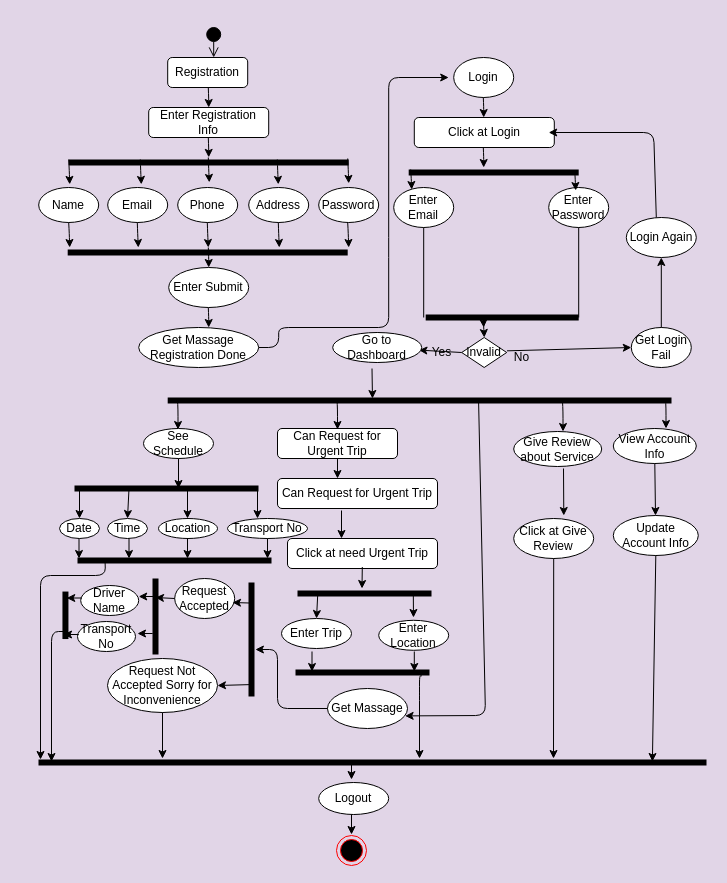
Earlier version of the draw.io diagram database/Activity Diagram for Employee.drawio (SHIMAISRAFIL/Transport-Schedule). Source tidied: cells renumbered, new cells numbered last; positions are measured from the earlier drawing's top-left corner, leaving out a move shared by most shapes. Both pictures are drawn from the tidied source at 100%, with x=0, y=0 at pixel (38, 26).
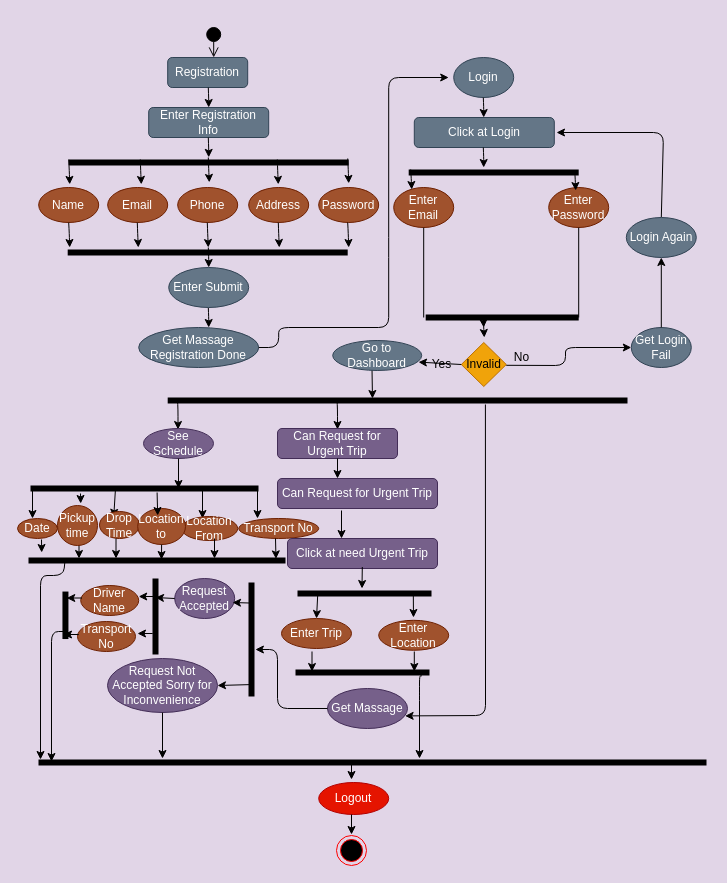
Above is the later version.

Unchanged cells that the change refers to:
```xml
<mxCell id="68" value="No" style="text;html=1;align=center;verticalAlign=middle;points=[];strokeColor=none;" parent="1" vertex="1">
  <mxGeometry x="468.2" y="321" width="30" height="20" as="geometry" />
</mxCell>
<mxCell id="103" style="shape=line;html=1;strokeWidth=6;" parent="1" vertex="1">
  <mxGeometry y="731" width="668" height="10" as="geometry" />
</mxCell>
```

Diff of the diagram source:
```diff
@@
-    <mxCell id="3" style="endArrow=classic;html=1;" parent="1" edge="1">
-      <mxGeometry x="58.5" y="39" as="geometry">
-        <mxPoint x="627" y="372" as="sourcePoint" />
-        <mxPoint x="627.5" y="402" as="targetPoint" />
-        <Array as="points">
-          <mxPoint x="627.5" y="382" />
-        </Array>
-      </mxGeometry>
-    </mxCell>
@@
-    <mxCell id="6" style="endArrow=classic;html=1;" parent="1" edge="1">
-      <mxGeometry x="100" y="43" as="geometry">
-        <mxPoint x="524" y="375" as="sourcePoint" />
-        <mxPoint x="524.5" y="405" as="targetPoint" />
-        <Array as="points">
-          <mxPoint x="524.5" y="385" />
-        </Array>
-      </mxGeometry>
-    </mxCell>
-    <mxCell id="7" value="See Schedule" style="ellipse;whiteSpace=wrap;html=1;" parent="1" vertex="1">
+    <mxCell id="7" value="See Schedule" style="ellipse;whiteSpace=wrap;html=1;fillColor=#76608a;strokeColor=#432D57;fontColor=#ffffff;" parent="1" vertex="1">
       <mxGeometry x="105" y="402" width="70" height="30" as="geometry" />
     </mxCell>
-    <mxCell id="8" value="Can Request for Urgent Trip" style="rounded=1;whiteSpace=wrap;html=1;" parent="1" vertex="1">
+    <mxCell id="8" value="Can Request for Urgent Trip" style="rounded=1;whiteSpace=wrap;html=1;fillColor=#76608a;strokeColor=#432D57;fontColor=#ffffff;" parent="1" vertex="1">
       <mxGeometry x="239" y="402" width="120" height="30" as="geometry" />
     </mxCell>
-    <mxCell id="9" value="Give Review about Service" style="ellipse;whiteSpace=wrap;html=1;" parent="1" vertex="1">
-      <mxGeometry x="475.2" y="405" width="88" height="35" as="geometry" />
-    </mxCell>
-    <mxCell id="10" value="View Account Info" style="ellipse;whiteSpace=wrap;html=1;" parent="1" vertex="1">
-      <mxGeometry x="574.8" y="402" width="83" height="35" as="geometry" />
-    </mxCell>
@@
-    <mxCell id="12" value="Date" style="ellipse;whiteSpace=wrap;html=1;" parent="1" vertex="1">
-      <mxGeometry x="21" y="492" width="40" height="20" as="geometry" />
+    <mxCell id="12" value="Date" style="ellipse;whiteSpace=wrap;html=1;fillColor=#a0522d;strokeColor=#6D1F00;fontColor=#ffffff;" parent="1" vertex="1">
+      <mxGeometry x="-21" y="492" width="40" height="20" as="geometry" />
     </mxCell>
     <mxCell id="13" style="endArrow=classic;html=1;" parent="1" edge="1">
-      <mxGeometry x="10" y="40" as="geometry">
-        <mxPoint x="41" y="462" as="sourcePoint" />
-        <mxPoint x="41" y="492" as="targetPoint" />
+      <mxGeometry x="-37" y="40" as="geometry">
+        <mxPoint x="-6" y="462" as="sourcePoint" />
+        <mxPoint x="-6" y="492" as="targetPoint" />
       </mxGeometry>
     </mxCell>
@@
-    <mxCell id="15" value="Transport No" style="ellipse;whiteSpace=wrap;html=1;" parent="1" vertex="1">
-      <mxGeometry x="189" y="492" width="80" height="20" as="geometry" />
+    <mxCell id="15" value="Transport No" style="ellipse;whiteSpace=wrap;html=1;fillColor=#a0522d;strokeColor=#6D1F00;fontColor=#ffffff;" parent="1" vertex="1">
+      <mxGeometry x="200.2" y="492" width="80" height="20" as="geometry" />
     </mxCell>
     <mxCell id="16" style="endArrow=classic;html=1;" parent="1" edge="1">
-      <mxGeometry x="10" y="40" as="geometry">
-        <mxPoint x="149" y="462" as="sourcePoint" />
-        <mxPoint x="149" y="492" as="targetPoint" />
+      <mxGeometry x="25" y="40" as="geometry">
+        <mxPoint x="164" y="462" as="sourcePoint" />
+        <mxPoint x="164" y="492" as="targetPoint" />
       </mxGeometry>
     </mxCell>
-    <mxCell id="17" style="endArrow=classic;html=1;entryX=0.5;entryY=0;entryDx=0;entryDy=0;" parent="1" edge="1" target="18">
+    <mxCell id="17" style="endArrow=classic;html=1;entryX=0.33;entryY=-0.06;entryDx=0;entryDy=0;exitX=0.368;exitY=0.66;exitDx=0;exitDy=0;exitPerimeter=0;entryPerimeter=0;" parent="1" edge="1">
       <mxGeometry x="10" y="40" as="geometry">
-        <mxPoint x="90.5" y="462" as="sourcePoint" />
+        <mxPoint x="76.9" y="463.6" as="sourcePoint" />
+        <mxPoint x="75.2" y="490.8" as="targetPoint" />
       </mxGeometry>
     </mxCell>
-    <mxCell id="18" value="Time" style="ellipse;whiteSpace=wrap;html=1;" parent="1" vertex="1">
-      <mxGeometry x="69" y="492" width="40" height="20" as="geometry" />
+    <mxCell id="18" value="Drop&lt;br&gt;Time" style="ellipse;whiteSpace=wrap;html=1;fillColor=#a0522d;strokeColor=#6D1F00;fontColor=#ffffff;" parent="1" vertex="1">
+      <mxGeometry x="61" y="485" width="40" height="27" as="geometry" />
     </mxCell>
-    <mxCell id="19" value="Location" style="ellipse;whiteSpace=wrap;html=1;" parent="1" vertex="1">
-      <mxGeometry x="120" y="492" width="59" height="20" as="geometry" />
+    <mxCell id="19" value="Location&lt;br&gt;From" style="ellipse;whiteSpace=wrap;html=1;fillColor=#a0522d;strokeColor=#6D1F00;fontColor=#ffffff;" parent="1" vertex="1">
+      <mxGeometry x="143" y="490" width="56.2" height="24" as="geometry" />
     </mxCell>
-    <mxCell id="20" style="endArrow=classic;html=1;exitX=0.5;exitY=1;exitDx=0;exitDy=0;" parent="1" edge="1" source="15">
+    <mxCell id="20" style="endArrow=classic;html=1;entryX=0.963;entryY=0.34;entryDx=0;entryDy=0;entryPerimeter=0;" parent="1" edge="1" target="102">
       <mxGeometry x="10" y="40" as="geometry">
-        <mxPoint x="229" y="532" as="targetPoint" />
+        <mxPoint x="237" y="512" as="sourcePoint" />
       </mxGeometry>
     </mxCell>
     <mxCell id="21" style="endArrow=classic;html=1;exitX=0.5;exitY=1;exitDx=0;exitDy=0;" parent="1" edge="1">
-      <mxGeometry x="10" y="40" as="geometry">
-        <mxPoint x="149" y="512" as="sourcePoint" />
-        <mxPoint x="149" y="532" as="targetPoint" />
+      <mxGeometry x="37" y="40" as="geometry">
+        <mxPoint x="176" y="512" as="sourcePoint" />
+        <mxPoint x="176" y="532" as="targetPoint" />
       </mxGeometry>
     </mxCell>
     <mxCell id="22" style="endArrow=classic;html=1;exitX=0.5;exitY=1;exitDx=0;exitDy=0;" parent="1" edge="1">
-      <mxGeometry x="10" y="40" as="geometry">
-        <mxPoint x="90.5" y="512" as="sourcePoint" />
-        <mxPoint x="90.5" y="532" as="targetPoint" />
+      <mxGeometry x="-3" y="40" as="geometry">
+        <mxPoint x="77.5" y="512" as="sourcePoint" />
+        <mxPoint x="77.5" y="532" as="targetPoint" />
       </mxGeometry>
     </mxCell>
@@
-    <mxCell id="24" value="Driver Name" style="ellipse;whiteSpace=wrap;html=1;" parent="1" vertex="1">
+    <mxCell id="24" value="Driver Name" style="ellipse;whiteSpace=wrap;html=1;fillColor=#a0522d;strokeColor=#6D1F00;fontColor=#ffffff;" parent="1" vertex="1">
       <mxGeometry x="42.2" y="559" width="58" height="30" as="geometry" />
     </mxCell>
-    <mxCell id="25" value="Transport No" style="ellipse;whiteSpace=wrap;html=1;" parent="1" vertex="1">
+    <mxCell id="25" value="Transport No" style="ellipse;whiteSpace=wrap;html=1;fillColor=#a0522d;strokeColor=#6D1F00;fontColor=#ffffff;" parent="1" vertex="1">
       <mxGeometry x="39" y="595" width="58" height="30" as="geometry" />
     </mxCell>
-    <mxCell id="26" value="Request Accepted" style="ellipse;whiteSpace=wrap;html=1;" parent="1" vertex="1">
+    <mxCell id="26" value="Request Accepted" style="ellipse;whiteSpace=wrap;html=1;fillColor=#76608a;strokeColor=#432D57;fontColor=#ffffff;" parent="1" vertex="1">
       <mxGeometry x="136.2" y="552" width="60" height="40" as="geometry" />
     </mxCell>
-    <mxCell id="27" value="Request Not Accepted Sorry for Inconvenience" style="ellipse;whiteSpace=wrap;html=1;" parent="1" vertex="1">
+    <mxCell id="27" value="Request Not Accepted Sorry for Inconvenience" style="ellipse;whiteSpace=wrap;html=1;fillColor=#76608a;strokeColor=#432D57;fontColor=#ffffff;" parent="1" vertex="1">
       <mxGeometry x="69" y="632" width="110" height="54" as="geometry" />
     </mxCell>
-    <mxCell id="28" value="Get Massage" style="ellipse;whiteSpace=wrap;html=1;" parent="1" vertex="1">
+    <mxCell id="28" value="Get Massage" style="ellipse;whiteSpace=wrap;html=1;fillColor=#76608a;strokeColor=#432D57;fontColor=#ffffff;" parent="1" vertex="1">
       <mxGeometry x="289" y="662" width="80" height="40" as="geometry" />
     </mxCell>
@@
-    <mxCell id="30" value="Can Request for Urgent Trip" style="rounded=1;whiteSpace=wrap;html=1;" parent="1" vertex="1">
+    <mxCell id="30" value="Can Request for Urgent Trip" style="rounded=1;whiteSpace=wrap;html=1;fillColor=#76608a;strokeColor=#432D57;fontColor=#ffffff;" parent="1" vertex="1">
       <mxGeometry x="239" y="452" width="160" height="30" as="geometry" />
     </mxCell>
@@
-    <mxCell id="32" value="Click at need Urgent Trip" style="rounded=1;whiteSpace=wrap;html=1;" parent="1" vertex="1">
+    <mxCell id="32" value="Click at need Urgent Trip" style="rounded=1;whiteSpace=wrap;html=1;fillColor=#76608a;strokeColor=#432D57;fontColor=#ffffff;" parent="1" vertex="1">
       <mxGeometry x="249" y="512" width="150" height="30" as="geometry" />
     </mxCell>
@@
-    <mxCell id="35" value="Enter Trip" style="ellipse;whiteSpace=wrap;html=1;" parent="1" vertex="1">
+    <mxCell id="35" value="Enter Trip" style="ellipse;whiteSpace=wrap;html=1;fillColor=#a0522d;strokeColor=#6D1F00;fontColor=#ffffff;" parent="1" vertex="1">
       <mxGeometry x="243" y="592" width="70" height="30" as="geometry" />
     </mxCell>
-    <mxCell id="36" value="Enter Location" style="ellipse;whiteSpace=wrap;html=1;" parent="1" vertex="1">
+    <mxCell id="36" value="Enter Location" style="ellipse;whiteSpace=wrap;html=1;fillColor=#a0522d;strokeColor=#6D1F00;fontColor=#ffffff;" parent="1" vertex="1">
       <mxGeometry x="340.2" y="593.8" width="70" height="30" as="geometry" />
     </mxCell>
@@
-    <mxCell id="40" style="endArrow=classic;html=1;" parent="1" edge="1">
-      <mxGeometry x="96" y="46" as="geometry">
-        <mxPoint x="525" y="442" as="sourcePoint" />
-        <mxPoint x="525.3" y="489" as="targetPoint" />
-      </mxGeometry>
-    </mxCell>
-    <mxCell id="41" value="Click at Give Review" style="ellipse;whiteSpace=wrap;html=1;" parent="1" vertex="1">
-      <mxGeometry x="475.2" y="492" width="80" height="40" as="geometry" />
-    </mxCell>
-    <mxCell id="42" style="endArrow=classic;html=1;exitX=0.5;exitY=1;exitDx=0;exitDy=0;" parent="1" edge="1" source="10" target="43">
-      <mxGeometry x="10" y="40" as="geometry" />
-    </mxCell>
-    <mxCell id="43" value="Update Account Info" style="ellipse;whiteSpace=wrap;html=1;" parent="1" vertex="1">
-      <mxGeometry x="574.8" y="489" width="85" height="40" as="geometry" />
-    </mxCell>
@@
-    <mxCell id="45" value="Logout" style="ellipse;whiteSpace=wrap;html=1;" parent="1" vertex="1">
+    <mxCell id="45" value="Logout" style="ellipse;whiteSpace=wrap;html=1;fillColor=#e51400;strokeColor=#B20000;fontColor=#ffffff;" parent="1" vertex="1">
       <mxGeometry x="280.2" y="756" width="70" height="32" as="geometry" />
     </mxCell>
@@
-    <mxCell id="48" style="endArrow=classic;html=1;exitX=0.5;exitY=1;exitDx=0;exitDy=0;" parent="1" edge="1" source="41">
-      <mxGeometry x="10" y="40" as="geometry">
-        <mxPoint x="515" y="732" as="targetPoint" />
-      </mxGeometry>
-    </mxCell>
@@
-    <mxCell id="50" value="Get Massage Registration Done" style="ellipse;whiteSpace=wrap;html=1;" parent="1" vertex="1">
+    <mxCell id="50" value="Get Massage Registration Done" style="ellipse;whiteSpace=wrap;html=1;fillColor=#647687;strokeColor=#314354;fontColor=#ffffff;" parent="1" vertex="1">
       <mxGeometry x="100.2" y="301" width="120" height="40" as="geometry" />
     </mxCell>
@@
-    <mxCell id="52" value="Enter Submit" style="ellipse;whiteSpace=wrap;html=1;" parent="1" vertex="1">
+    <mxCell id="52" value="Enter Submit" style="ellipse;whiteSpace=wrap;html=1;fillColor=#647687;strokeColor=#314354;fontColor=#ffffff;" parent="1" vertex="1">
       <mxGeometry x="130.2" y="241" width="80" height="40" as="geometry" />
     </mxCell>
@@
-    <mxCell id="54" value="Login" style="ellipse;whiteSpace=wrap;html=1;" parent="1" vertex="1">
+    <mxCell id="54" value="Login" style="ellipse;whiteSpace=wrap;html=1;fillColor=#647687;strokeColor=#314354;fontColor=#ffffff;" parent="1" vertex="1">
       <mxGeometry x="415.2" y="31" width="60" height="40" as="geometry" />
     </mxCell>
@@
-    <mxCell id="56" value="Click at Login" style="rounded=1;whiteSpace=wrap;html=1;" parent="1" vertex="1">
+    <mxCell id="56" value="Click at Login" style="rounded=1;whiteSpace=wrap;html=1;fillColor=#647687;strokeColor=#314354;fontColor=#ffffff;" parent="1" vertex="1">
       <mxGeometry x="375.8" y="91" width="140" height="30" as="geometry" />
     </mxCell>
@@
-    <mxCell id="58" value="Enter Email" style="ellipse;whiteSpace=wrap;html=1;" parent="1" vertex="1">
+    <mxCell id="58" value="Enter Email" style="ellipse;whiteSpace=wrap;html=1;fillColor=#a0522d;strokeColor=#6D1F00;fontColor=#ffffff;" parent="1" vertex="1">
       <mxGeometry x="355.2" y="161" width="60" height="40" as="geometry" />
     </mxCell>
-    <mxCell id="59" value="Enter Password" style="ellipse;whiteSpace=wrap;html=1;" parent="1" vertex="1">
+    <mxCell id="59" value="Enter Password" style="ellipse;whiteSpace=wrap;html=1;fillColor=#a0522d;strokeColor=#6D1F00;fontColor=#ffffff;" parent="1" vertex="1">
       <mxGeometry x="510.2" y="161" width="60" height="40" as="geometry" />
     </mxCell>
@@
-    <mxCell id="64" value="Invalid" style="rhombus;whiteSpace=wrap;html=1;" parent="1" vertex="1">
-      <mxGeometry x="423.2" y="311" width="45" height="30" as="geometry" />
+    <mxCell id="64" value="Invalid" style="rhombus;whiteSpace=wrap;html=1;fillColor=#f0a30a;strokeColor=#BD7000;fontColor=#000000;" parent="1" vertex="1">
+      <mxGeometry x="422.8" y="316" width="45" height="44" as="geometry" />
     </mxCell>
@@
-    <mxCell id="66" value="Go to Dashboard" style="ellipse;whiteSpace=wrap;html=1;" parent="1" vertex="1">
-      <mxGeometry x="294.2" y="306" width="89" height="30" as="geometry" />
+    <mxCell id="66" value="Go to Dashboard" style="ellipse;whiteSpace=wrap;html=1;fillColor=#647687;strokeColor=#314354;fontColor=#ffffff;" parent="1" vertex="1">
+      <mxGeometry x="294.2" y="314" width="89" height="30" as="geometry" />
     </mxCell>
     <mxCell id="67" value="Yes" style="text;html=1;align=center;verticalAlign=middle;points=[];strokeColor=none;" parent="1" vertex="1">
-      <mxGeometry x="383.2" y="316" width="40" height="20" as="geometry" />
+      <mxGeometry x="382.8" y="328" width="40" height="20" as="geometry" />
     </mxCell>
@@
-    <mxCell id="69" value="Get Login Fail" style="ellipse;whiteSpace=wrap;html=1;" parent="1" vertex="1">
+    <mxCell id="69" value="Get Login Fail" style="ellipse;whiteSpace=wrap;html=1;fillColor=#647687;strokeColor=#314354;fontColor=#ffffff;" parent="1" vertex="1">
       <mxGeometry x="592.8" y="301" width="60" height="40" as="geometry" />
     </mxCell>
-    <mxCell id="70" style="endArrow=classic;html=1;entryX=0;entryY=0.5;entryDx=0;entryDy=0;exitX=0.011;exitY=0.167;exitDx=0;exitDy=0;exitPerimeter=0;" parent="1" edge="1" source="68" target="69">
-      <mxGeometry x="21.2" y="51" as="geometry" />
+    <mxCell id="70" style="endArrow=classic;html=1;entryX=0;entryY=0.5;entryDx=0;entryDy=0;exitX=-0.015;exitY=0.89;exitDx=0;exitDy=0;exitPerimeter=0;" parent="1" edge="1" source="68" target="69">
+      <mxGeometry x="21.2" y="51" as="geometry">
+        <Array as="points">
+          <mxPoint x="527" y="339" />
+          <mxPoint x="527" y="321" />
+        </Array>
+      </mxGeometry>
     </mxCell>
-    <mxCell id="71" style="endArrow=classic;html=1;exitX=0.5;exitY=0;exitDx=0;exitDy=0;" parent="1" edge="1">
+    <mxCell id="71" style="endArrow=classic;html=1;exitX=0.5;exitY=0;exitDx=0;exitDy=0;" parent="1" edge="1" source="72">
       <mxGeometry x="16.2" y="59" as="geometry">
-        <mxPoint x="617.8" y="191" as="sourcePoint" />
-        <mxPoint x="510.2" y="106" as="targetPoint" />
+        <mxPoint x="518" y="106" as="targetPoint" />
         <Array as="points">
-          <mxPoint x="615.2" y="106" />
+          <mxPoint x="625" y="106" />
         </Array>
       </mxGeometry>
     </mxCell>
-    <mxCell id="72" value="Login Again" style="ellipse;whiteSpace=wrap;html=1;" parent="1" vertex="1">
+    <mxCell id="72" value="Login Again" style="ellipse;whiteSpace=wrap;html=1;fillColor=#647687;strokeColor=#314354;fontColor=#ffffff;" parent="1" vertex="1">
       <mxGeometry x="587.8" y="191" width="70" height="40" as="geometry" />
     </mxCell>
@@
-    <mxCell id="74" value="Registration" style="rounded=1;whiteSpace=wrap;html=1;" parent="1" vertex="1">
+    <mxCell id="74" value="Registration" style="rounded=1;whiteSpace=wrap;html=1;fillColor=#647687;strokeColor=#314354;fontColor=#ffffff;" parent="1" vertex="1">
       <mxGeometry x="129.2" y="31" width="80" height="30" as="geometry" />
     </mxCell>
-    <mxCell id="75" value="Enter Registration Info" style="rounded=1;whiteSpace=wrap;html=1;" parent="1" vertex="1">
+    <mxCell id="75" value="Enter Registration Info" style="rounded=1;whiteSpace=wrap;html=1;fillColor=#647687;strokeColor=#314354;fontColor=#ffffff;" parent="1" vertex="1">
       <mxGeometry x="110.2" y="81" width="120" height="30" as="geometry" />
     </mxCell>
@@
-    <mxCell id="78" value="Name" style="ellipse;whiteSpace=wrap;html=1;" parent="1" vertex="1">
+    <mxCell id="78" value="Name" style="ellipse;whiteSpace=wrap;html=1;fillColor=#a0522d;strokeColor=#6D1F00;fontColor=#ffffff;" parent="1" vertex="1">
       <mxGeometry x="0.2" y="161" width="60" height="35" as="geometry" />
     </mxCell>
-    <mxCell id="79" value="Email" style="ellipse;whiteSpace=wrap;html=1;" parent="1" vertex="1">
+    <mxCell id="79" value="Email" style="ellipse;whiteSpace=wrap;html=1;fillColor=#a0522d;strokeColor=#6D1F00;fontColor=#ffffff;" parent="1" vertex="1">
       <mxGeometry x="69.2" y="161" width="60" height="35" as="geometry" />
     </mxCell>
-    <mxCell id="80" value="Phone" style="ellipse;whiteSpace=wrap;html=1;" parent="1" vertex="1">
+    <mxCell id="80" value="Phone" style="ellipse;whiteSpace=wrap;html=1;fillColor=#a0522d;strokeColor=#6D1F00;fontColor=#ffffff;" parent="1" vertex="1">
       <mxGeometry x="139.2" y="161" width="60" height="35" as="geometry" />
     </mxCell>
-    <mxCell id="81" value="Address" style="ellipse;whiteSpace=wrap;html=1;" parent="1" vertex="1">
+    <mxCell id="81" value="Address" style="ellipse;whiteSpace=wrap;html=1;fillColor=#a0522d;strokeColor=#6D1F00;fontColor=#ffffff;" parent="1" vertex="1">
       <mxGeometry x="210.2" y="161" width="60" height="35" as="geometry" />
     </mxCell>
-    <mxCell id="82" value="Password" style="ellipse;whiteSpace=wrap;html=1;" parent="1" vertex="1">
+    <mxCell id="82" value="Password" style="ellipse;whiteSpace=wrap;html=1;fillColor=#a0522d;strokeColor=#6D1F00;fontColor=#ffffff;" parent="1" vertex="1">
       <mxGeometry x="280.2" y="161" width="60" height="35" as="geometry" />
     </mxCell>
@@
     <mxCell id="100" style="shape=line;html=1;strokeWidth=6;" parent="1" vertex="1">
-      <mxGeometry x="129.2" y="369" width="503.8" height="10" as="geometry" />
+      <mxGeometry x="129.2" y="369" width="459.8" height="10" as="geometry" />
     </mxCell>
     <mxCell id="101" style="shape=line;html=1;strokeWidth=6;" parent="1" vertex="1">
-      <mxGeometry x="36" y="457" width="184" height="10" as="geometry" />
+      <mxGeometry x="-8" y="457" width="228" height="10" as="geometry" />
     </mxCell>
     <mxCell id="102" style="shape=line;html=1;strokeWidth=6;" parent="1" vertex="1">
-      <mxGeometry x="39" y="529" width="194" height="10" as="geometry" />
+      <mxGeometry x="-10" y="529" width="257" height="10" as="geometry" />
     </mxCell>
@@
-    <mxCell id="104" style="endArrow=classic;html=1;exitX=0.5;exitY=1;exitDx=0;exitDy=0;entryX=0.919;entryY=0.4;entryDx=0;entryDy=0;entryPerimeter=0;" parent="1" edge="1" source="43" target="103">
-      <mxGeometry relative="1" as="geometry" />
-    </mxCell>
@@
-    <mxCell id="111" style="endArrow=classic;html=1;exitX=0.617;exitY=0.36;exitDx=0;exitDy=0;exitPerimeter=0;entryX=0.97;entryY=0.685;entryDx=0;entryDy=0;entryPerimeter=0;" parent="1" edge="1" source="100" target="28">
+    <mxCell id="111" style="endArrow=classic;html=1;exitX=0.691;exitY=0.9;exitDx=0;exitDy=0;exitPerimeter=0;entryX=0.97;entryY=0.685;entryDx=0;entryDy=0;entryPerimeter=0;" parent="1" edge="1" source="100" target="28">
       <mxGeometry relative="1" as="geometry">
         <Array as="points">
           <mxPoint x="447" y="689" />
         </Array>
       </mxGeometry>
     </mxCell>
@@
     <mxCell id="118" style="endArrow=classic;html=1;exitX=0.142;exitY=0.52;exitDx=0;exitDy=0;exitPerimeter=0;" parent="1" edge="1" source="102">
       <mxGeometry relative="1" as="geometry">
         <mxPoint x="2" y="733" as="targetPoint" />
         <Array as="points">
-          <mxPoint x="67" y="549" />
+          <mxPoint x="25" y="549" />
           <mxPoint x="2" y="549" />
         </Array>
       </mxGeometry>
     </mxCell>
@@
+    <mxCell id="123" value="Location&lt;br&gt;to" style="ellipse;whiteSpace=wrap;html=1;fillColor=#a0522d;strokeColor=#6D1F00;fontColor=#ffffff;" parent="1" vertex="1">
+      <mxGeometry x="99.2" y="482" width="47.8" height="36" as="geometry" />
+    </mxCell>
+    <mxCell id="124" style="endArrow=classic;html=1;sourcePerimeterSpacing=8;targetPerimeterSpacing=8;exitX=0.503;exitY=0.9;exitDx=0;exitDy=0;exitPerimeter=0;" parent="1" edge="1">
+      <mxGeometry relative="1" as="geometry">
+        <mxPoint x="118.6" y="466" as="sourcePoint" />
+        <mxPoint x="119.2" y="489" as="targetPoint" />
+      </mxGeometry>
+    </mxCell>
+    <mxCell id="125" style="endArrow=classic;html=1;sourcePerimeterSpacing=8;targetPerimeterSpacing=8;exitX=0.5;exitY=1;exitDx=0;exitDy=0;" parent="1" edge="1" source="123">
+      <mxGeometry relative="1" as="geometry">
+        <mxPoint x="123" y="533" as="targetPoint" />
+      </mxGeometry>
+    </mxCell>
+    <mxCell id="126" value="Pickup&lt;br&gt;time" style="ellipse;whiteSpace=wrap;html=1;fillColor=#a0522d;strokeColor=#6D1F00;fontColor=#ffffff;" parent="1" vertex="1">
+      <mxGeometry x="19" y="479" width="40" height="40" as="geometry" />
+    </mxCell>
+    <mxCell id="127" style="endArrow=classic;html=1;sourcePerimeterSpacing=8;targetPerimeterSpacing=8;" parent="1" edge="1">
+      <mxGeometry relative="1" as="geometry">
+        <mxPoint x="3" y="513" as="sourcePoint" />
+        <mxPoint x="3.2" y="526" as="targetPoint" />
+      </mxGeometry>
+    </mxCell>
+    <mxCell id="128" style="endArrow=classic;html=1;sourcePerimeterSpacing=8;targetPerimeterSpacing=8;" parent="1" edge="1">
+      <mxGeometry relative="1" as="geometry">
+        <mxPoint x="42" y="467" as="sourcePoint" />
+        <mxPoint x="42.2" y="477" as="targetPoint" />
+      </mxGeometry>
+    </mxCell>
```
